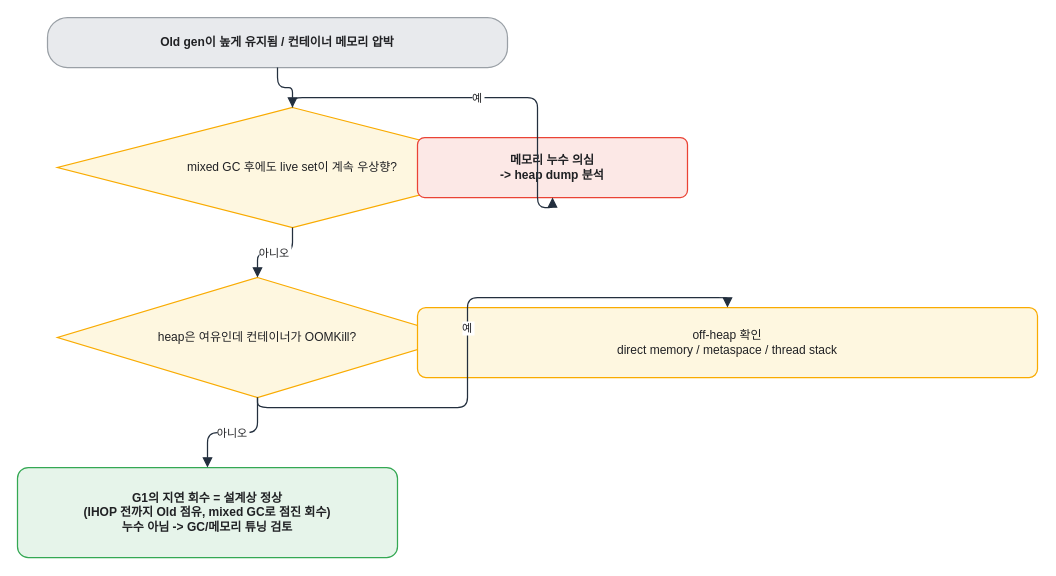
Earlier version of the draw.io diagram assets/img/jvm/jvm-11-capstone-diagnosis.drawio (KKamJi98/kkamji98.github.io). Source tidied: cells renumbered, new cells numbered last; positions are measured from the earlier drawing's top-left corner, leaving out a move shared by most shapes. Both pictures are drawn from the tidied source at 100%, with x=0, y=0 at pixel (17, 17).
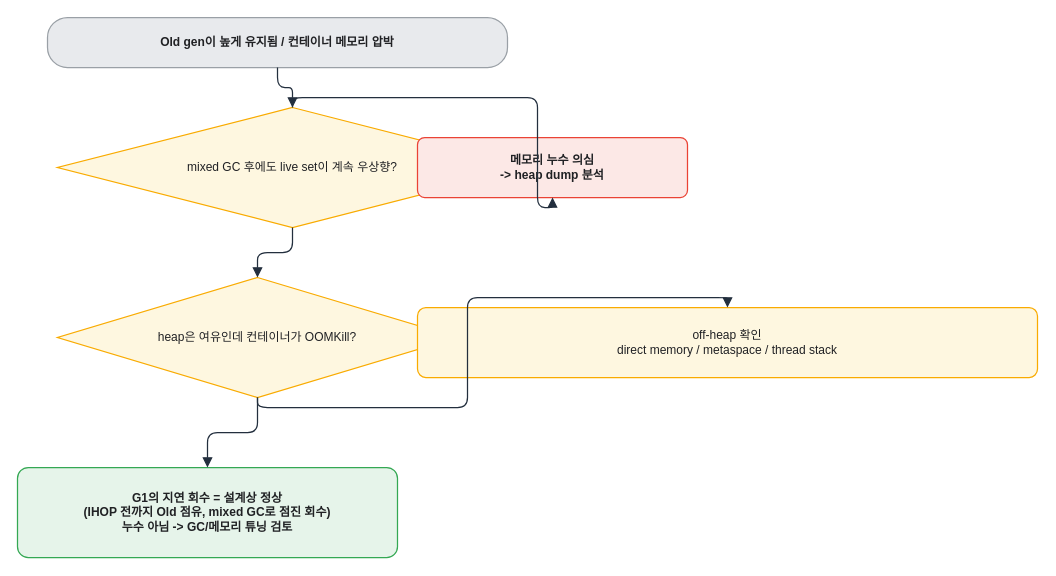
After the change.

The edit, as a diff of the source:
```diff
@@
 <mxGraphModel background="#FFFFFF">
   <root>
     <mxCell id="0" />
     <mxCell id="1" parent="0" />
     <mxCell id="2" value="Old gen이 높게 유지됨 / 컨테이너 메모리 압박" style="rounded=1;whiteSpace=wrap;html=0;arcSize=40;shadow=0;fillColor=#E8EAED;strokeColor=#9AA0A6;fontColor=#202124;fontStyle=1;strokeWidth=1.25;" parent="1" vertex="1">
       <mxGeometry x="30" width="460" height="50" as="geometry" />
     </mxCell>
     <mxCell id="3" value="mixed GC 후에도 live set이 계속 우상향?" style="rhombus;whiteSpace=wrap;html=0;shadow=0;fillColor=#FEF7E0;strokeColor=#F9AB00;fontColor=#202124;strokeWidth=1.25;" parent="1" vertex="1">
       <mxGeometry x="40" y="90" width="470" height="120" as="geometry" />
     </mxCell>
     <mxCell id="4" value="메모리 누수 의심&#10;-&gt; heap dump 분석" style="rounded=1;whiteSpace=wrap;html=0;arcSize=12;shadow=0;fillColor=#FCE8E6;strokeColor=#EA4335;fontColor=#202124;fontStyle=1;strokeWidth=1.25;" parent="1" vertex="1">
       <mxGeometry x="400" y="120" width="270" height="60" as="geometry" />
     </mxCell>
     <mxCell id="5" value="heap은 여유인데 컨테이너가 OOMKill?" style="rhombus;whiteSpace=wrap;html=0;shadow=0;fillColor=#FEF7E0;strokeColor=#F9AB00;fontColor=#202124;strokeWidth=1.25;" parent="1" vertex="1">
       <mxGeometry x="40" y="260" width="400" height="120" as="geometry" />
     </mxCell>
     <mxCell id="6" value="off-heap 확인&#10;direct memory / metaspace / thread stack" style="rounded=1;whiteSpace=wrap;html=0;arcSize=12;shadow=0;fillColor=#FEF7E0;strokeColor=#F9AB00;fontColor=#202124;strokeWidth=1.25;" parent="1" vertex="1">
       <mxGeometry x="400" y="290" width="620" height="70" as="geometry" />
     </mxCell>
     <mxCell id="7" value="G1의 지연 회수 = 설계상 정상&#10;(IHOP 전까지 Old 점유, mixed GC로 점진 회수)&#10;누수 아님 -&gt; GC/메모리 튜닝 검토" style="rounded=1;whiteSpace=wrap;html=0;arcSize=12;shadow=0;fillColor=#E6F4EA;strokeColor=#34A853;fontColor=#202124;fontStyle=1;strokeWidth=1.25;" parent="1" vertex="1">
       <mxGeometry y="450" width="380" height="90" as="geometry" />
     </mxCell>
     <mxCell id="8" style="edgeStyle=orthogonalEdgeStyle;rounded=1;html=0;endArrow=block;strokeColor=#232F3E;strokeWidth=1.25;endSize=7;fontColor=#202124;" parent="1" edge="1" source="2" target="3">
       <mxGeometry relative="1" as="geometry" />
     </mxCell>
-    <mxCell id="9" value="예" style="edgeStyle=orthogonalEdgeStyle;rounded=1;html=0;endArrow=block;strokeColor=#232F3E;fontColor=#202124;labelBackgroundColor=#FFFFFF;strokeWidth=1.25;endSize=7;" parent="1" edge="1" source="3" target="4">
+    <mxCell id="9" style="edgeStyle=orthogonalEdgeStyle;rounded=1;html=0;endArrow=block;strokeColor=#232F3E;fontColor=#202124;labelBackgroundColor=none;strokeWidth=1.25;endSize=7;" parent="1" edge="1" source="3" target="4">
       <mxGeometry relative="1" as="geometry" />
     </mxCell>
-    <mxCell id="10" value="아니오" style="edgeStyle=orthogonalEdgeStyle;rounded=1;html=0;endArrow=block;strokeColor=#232F3E;fontColor=#202124;labelBackgroundColor=#FFFFFF;strokeWidth=1.25;endSize=7;" parent="1" edge="1" source="3" target="5">
+    <mxCell id="10" style="edgeStyle=orthogonalEdgeStyle;rounded=1;html=0;endArrow=block;strokeColor=#232F3E;fontColor=#202124;labelBackgroundColor=none;strokeWidth=1.25;endSize=7;" parent="1" edge="1" source="3" target="5">
       <mxGeometry relative="1" as="geometry" />
     </mxCell>
-    <mxCell id="11" value="예" style="edgeStyle=orthogonalEdgeStyle;rounded=1;html=0;endArrow=block;strokeColor=#232F3E;fontColor=#202124;labelBackgroundColor=#FFFFFF;strokeWidth=1.25;endSize=7;" parent="1" edge="1" source="5" target="6">
+    <mxCell id="11" style="edgeStyle=orthogonalEdgeStyle;rounded=1;html=0;endArrow=block;strokeColor=#232F3E;fontColor=#202124;labelBackgroundColor=none;strokeWidth=1.25;endSize=7;" parent="1" edge="1" source="5" target="6">
       <mxGeometry relative="1" as="geometry" />
     </mxCell>
-    <mxCell id="12" value="아니오" style="edgeStyle=orthogonalEdgeStyle;rounded=1;html=0;endArrow=block;strokeColor=#232F3E;fontColor=#202124;labelBackgroundColor=#FFFFFF;strokeWidth=1.25;endSize=7;" parent="1" edge="1" source="5" target="7">
+    <mxCell id="12" style="edgeStyle=orthogonalEdgeStyle;rounded=1;html=0;endArrow=block;strokeColor=#232F3E;fontColor=#202124;labelBackgroundColor=none;strokeWidth=1.25;endSize=7;" parent="1" edge="1" source="5" target="7">
       <mxGeometry relative="1" as="geometry" />
     </mxCell>
   </root>
 </mxGraphModel>
```
